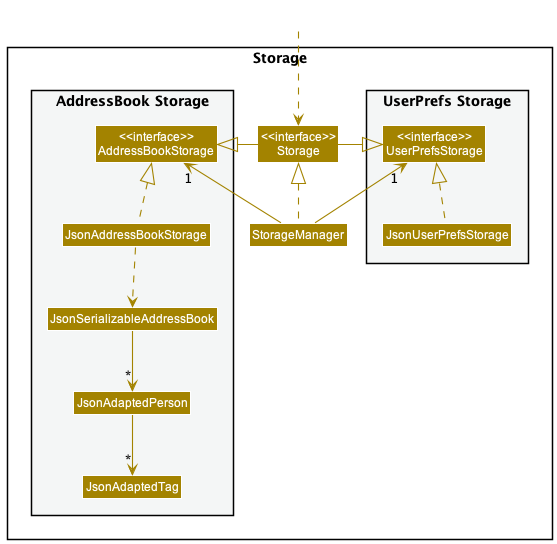
Earlier version of the PlantUML export docs/images/StorageClassDiagram.png (nus-cs2103-AY2223S1/tp).
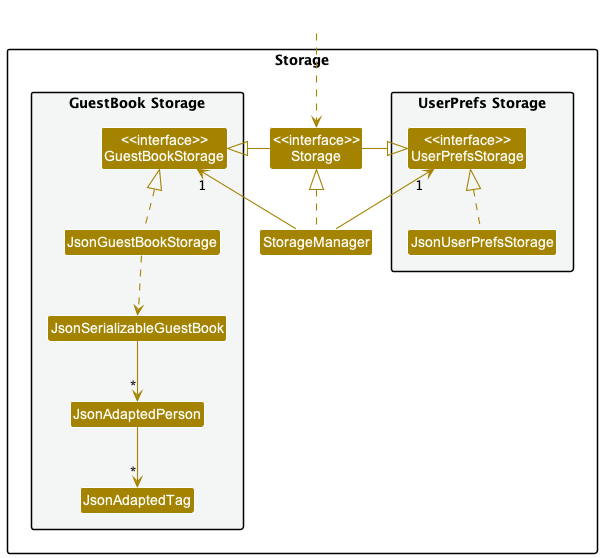
Later version of the same file.

What changed in the source:
```diff
@@ -14,10 +14,10 @@
 Class "<<interface>>\nStorage" as Storage
 Class StorageManager
 
-package "AddressBook Storage" #F4F6F6{
-Class "<<interface>>\nAddressBookStorage" as AddressBookStorage
-Class JsonAddressBookStorage
-Class JsonSerializableAddressBook
+package "GuestBook Storage" #F4F6F6{
+Class "<<interface>>\nGuestBookStorage" as GuestBookStorage
+Class JsonGuestBookStorage
+Class JsonSerializableGuestBook
 Class JsonAdaptedPerson
 Class JsonAdaptedTag
 }
@@ -29,15 +29,15 @@
 
 StorageManager .up.|> Storage
 StorageManager -up-> "1" UserPrefsStorage
-StorageManager -up-> "1" AddressBookStorage
+StorageManager -up-> "1" GuestBookStorage
 
 Storage -left-|> UserPrefsStorage
-Storage -right-|> AddressBookStorage
+Storage -right-|> GuestBookStorage
 
 JsonUserPrefsStorage .up.|> UserPrefsStorage
-JsonAddressBookStorage .up.|> AddressBookStorage
-JsonAddressBookStorage ..> JsonSerializableAddressBook
-JsonSerializableAddressBook --> "*" JsonAdaptedPerson
+JsonGuestBookStorage .up.|> GuestBookStorage
+JsonGuestBookStorage ..> JsonSerializableGuestBook
+JsonSerializableGuestBook --> "*" JsonAdaptedPerson
 JsonAdaptedPerson --> "*" JsonAdaptedTag
 
 @enduml
```
